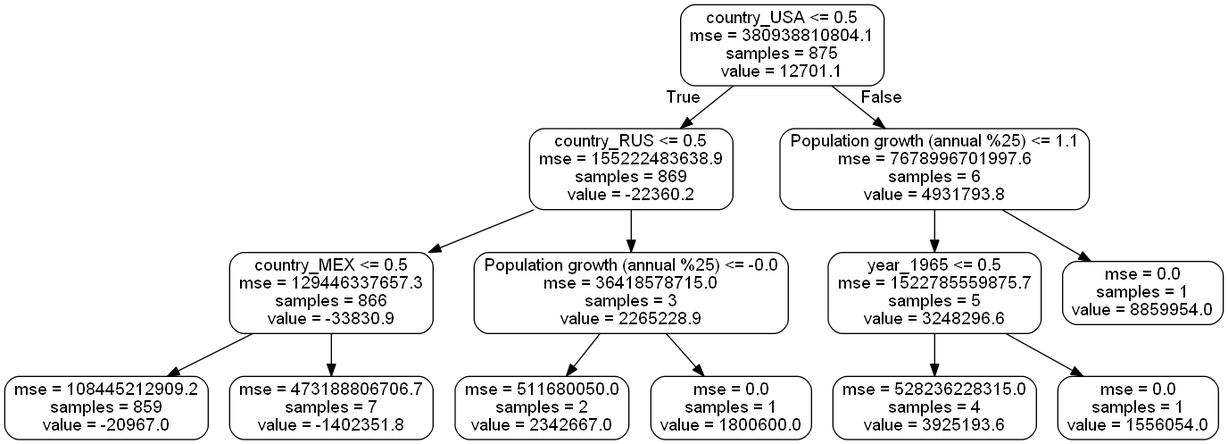
Earlier version of the Graphviz export small_tree.png (Multinational-Minds/BDA). Its source is kept beside it as small_tree.dot.
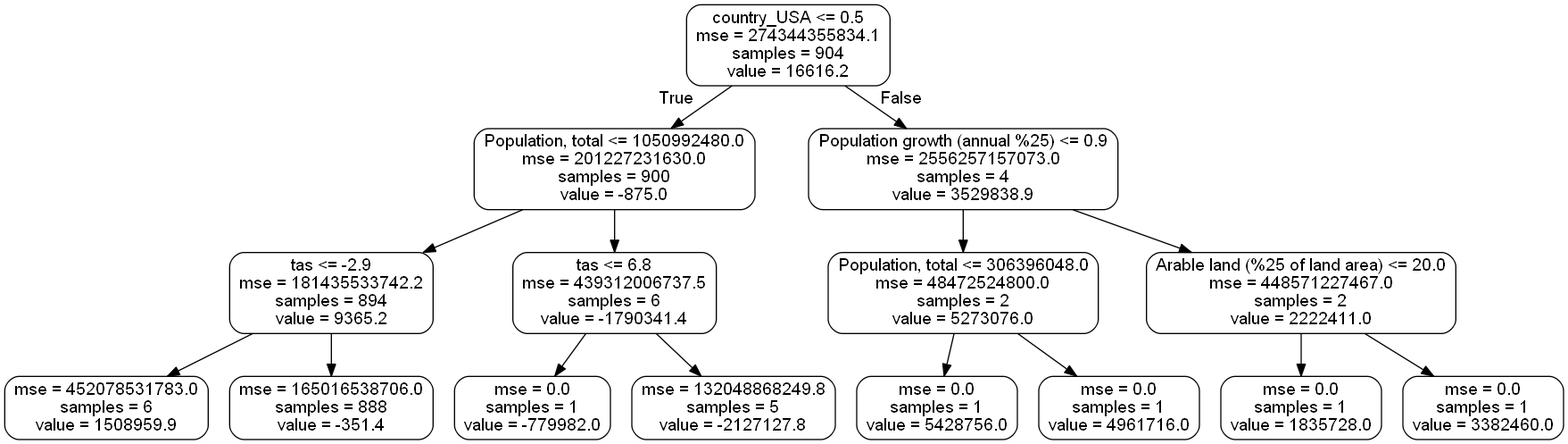
Later version of the same file.

The edit, as a diff of the source:
```diff
@@ -1,29 +1,33 @@
 digraph Tree {
 node [shape=box, style="rounded", color="black", fontname=helvetica] ;
 edge [fontname=helvetica] ;
-0 [label="country_USA <= 0.5\nmse = 380938810804.1\nsamples = 875\nvalue = 12701.1"] ;
-1 [label="country_RUS <= 0.5\nmse = 155222483638.9\nsamples = 869\nvalue = -22360.2"] ;
+0 [label="country_USA <= 0.5\nmse = 274344355834.1\nsamples = 904\nvalue = 16616.2"] ;
+1 [label="Population, total <= 1050992480.0\nmse = 201227231630.0\nsamples = 900\nvalue = -875.0"] ;
 0 -> 1 [labeldistance=2.5, labelangle=45, headlabel="True"] ;
-2 [label="country_MEX <= 0.5\nmse = 129446337657.3\nsamples = 866\nvalue = -33830.9"] ;
+2 [label="tas <= -2.9\nmse = 181435533742.2\nsamples = 894\nvalue = 9365.2"] ;
 1 -> 2 ;
-3 [label="mse = 108445212909.2\nsamples = 859\nvalue = -20967.0"] ;
+3 [label="mse = 452078531783.0\nsamples = 6\nvalue = 1508959.9"] ;
 2 -> 3 ;
-4 [label="mse = 473188806706.7\nsamples = 7\nvalue = -1402351.8"] ;
+4 [label="mse = 165016538706.0\nsamples = 888\nvalue = -351.4"] ;
 2 -> 4 ;
-5 [label="Population growth (annual %25) <= -0.0\nmse = 36418578715.0\nsamples = 3\nvalue = 2265228.9"] ;
+5 [label="tas <= 6.8\nmse = 439312006737.5\nsamples = 6\nvalue = -1790341.4"] ;
 1 -> 5 ;
-6 [label="mse = 511680050.0\nsamples = 2\nvalue = 2342667.0"] ;
+6 [label="mse = 0.0\nsamples = 1\nvalue = -779982.0"] ;
 5 -> 6 ;
-7 [label="mse = 0.0\nsamples = 1\nvalue = 1800600.0"] ;
+7 [label="mse = 132048868249.8\nsamples = 5\nvalue = -2127127.8"] ;
 5 -> 7 ;
-8 [label="Population growth (annual %25) <= 1.1\nmse = 7678996701997.6\nsamples = 6\nvalue = 4931793.8"] ;
+8 [label="Population growth (annual %25) <= 0.9\nmse = 2556257157073.0\nsamples = 4\nvalue = 3529838.9"] ;
 0 -> 8 [labeldistance=2.5, labelangle=-45, headlabel="False"] ;
-9 [label="year_1965 <= 0.5\nmse = 1522785559875.7\nsamples = 5\nvalue = 3248296.6"] ;
+9 [label="Population, total <= 306396048.0\nmse = 48472524800.0\nsamples = 2\nvalue = 5273076.0"] ;
 8 -> 9 ;
-10 [label="mse = 528236228315.0\nsamples = 4\nvalue = 3925193.6"] ;
+10 [label="mse = 0.0\nsamples = 1\nvalue = 5428756.0"] ;
 9 -> 10 ;
-11 [label="mse = 0.0\nsamples = 1\nvalue = 1556054.0"] ;
+11 [label="mse = 0.0\nsamples = 1\nvalue = 4961716.0"] ;
 9 -> 11 ;
-12 [label="mse = 0.0\nsamples = 1\nvalue = 8859954.0"] ;
+12 [label="Arable land (%25 of land area) <= 20.0\nmse = 448571227467.0\nsamples = 2\nvalue = 2222411.0"] ;
 8 -> 12 ;
+13 [label="mse = 0.0\nsamples = 1\nvalue = 1835728.0"] ;
+12 -> 13 ;
+14 [label="mse = 0.0\nsamples = 1\nvalue = 3382460.0"] ;
+12 -> 14 ;
 }
```
